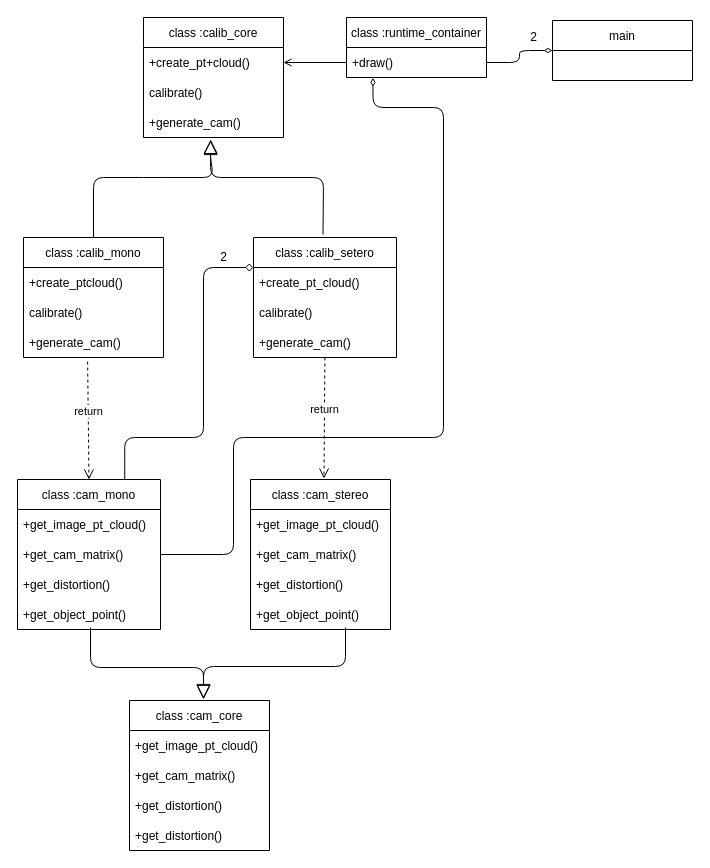
Earlier version of the draw.io diagram page "class diagram" (2 of 2) of example/system.drawio (pyro001/apriltag). Source tidied: cells renumbered, new cells numbered last; positions are measured from the earlier drawing's top-left corner, leaving out a move shared by most shapes. Both pictures are drawn from the tidied source at 100%, with x=0, y=0 at pixel (17, 17).
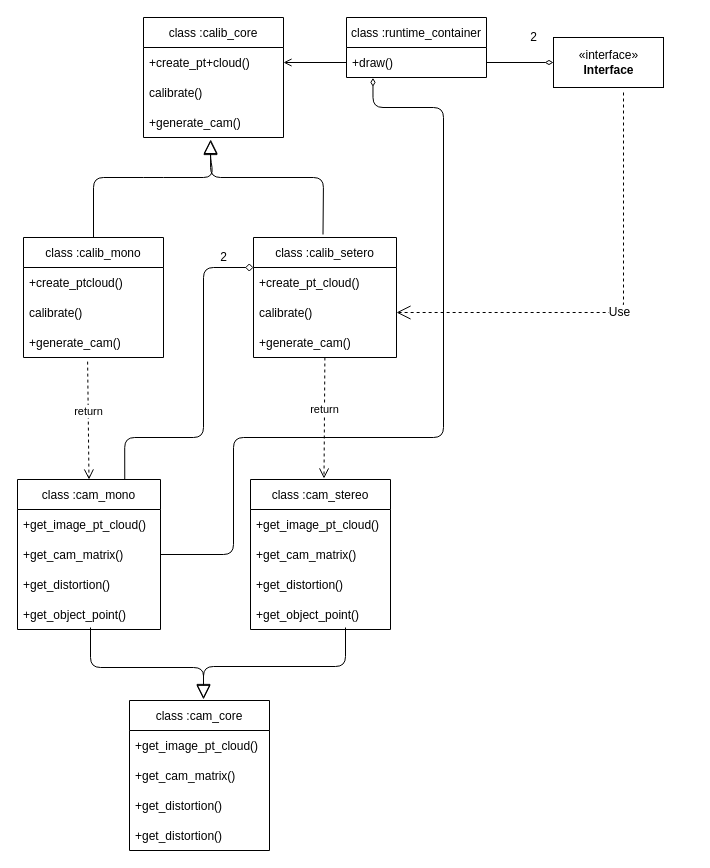
The same page after the edit.

The change refers to these unchanged cells:
```xml
<mxCell id="12" value="calibrate()" style="text;strokeColor=none;fillColor=none;align=left;verticalAlign=middle;spacingLeft=4;spacingRight=4;overflow=hidden;points=[[0,0.5],[1,0.5]];portConstraint=eastwest;" parent="10" vertex="1">
  <mxGeometry y="60" width="143" height="30" as="geometry" />
</mxCell>
<mxCell id="39" value="+draw()" style="text;strokeColor=none;fillColor=none;align=left;verticalAlign=middle;spacingLeft=4;spacingRight=4;overflow=hidden;points=[[0,0.5],[1,0.5]];portConstraint=eastwest;" parent="38" vertex="1">
  <mxGeometry y="30" width="140" height="30" as="geometry" />
</mxCell>
```

Change to the diagram source:
```diff
@@
-    <mxCell id="41" value="main" style="swimlane;fontStyle=0;horizontal=1;startSize=30;" parent="1" vertex="1">
-      <mxGeometry x="535" y="3" width="140" height="60" as="geometry" />
-    </mxCell>
-    <mxCell id="42" style="edgeStyle=orthogonalEdgeStyle;html=1;exitX=1;exitY=0.5;exitDx=0;exitDy=0;entryX=0;entryY=0.5;entryDx=0;entryDy=0;endArrow=diamondThin;endFill=0;" parent="1" edge="1" source="39" target="41">
-      <mxGeometry relative="1" as="geometry" />
+    <mxCell id="42" style="edgeStyle=orthogonalEdgeStyle;html=1;exitX=1;exitY=0.5;exitDx=0;exitDy=0;entryX=0;entryY=0.5;entryDx=0;entryDy=0;endArrow=diamondThin;endFill=0;" parent="1" edge="1" source="39">
+      <mxGeometry relative="1" as="geometry">
+        <mxPoint x="536" y="45" as="targetPoint" />
+      </mxGeometry>
     </mxCell>
@@
+    <mxCell id="45" value="Use" style="endArrow=open;endSize=12;dashed=1;html=1;fontSize=12;exitX=0.5;exitY=1;exitDx=0;exitDy=0;entryX=1;entryY=0.5;entryDx=0;entryDy=0;" parent="1" edge="1" target="12">
+      <mxGeometry relative="1" as="geometry">
+        <mxPoint x="606" y="75" as="sourcePoint" />
+        <Array as="points">
+          <mxPoint x="606" y="295" />
+        </Array>
+      </mxGeometry>
+    </mxCell>
+    <mxCell id="46" value="«interface»&lt;br&gt;&lt;b&gt;Interface&lt;/b&gt;" style="html=1;fontSize=12;" parent="1" vertex="1">
+      <mxGeometry x="536" y="20" width="110" height="50" as="geometry" />
+    </mxCell>
```
